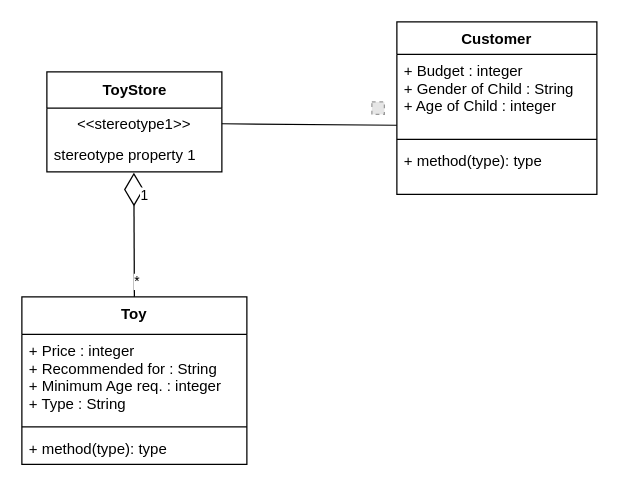
Above: Untitled Diagram.drawio in Shrimad-Bhagwat/Toy-Recommendation-App (draw.io), before the change. Source tidied: cells renumbered, new cells numbered last; positions are measured from the earlier drawing's top-left corner, leaving out a move shared by most shapes. Both pictures are drawn from the tidied source at 125%, with x=0, y=0 at pixel (21, 21). Pictures stored in the file or linked from it are replaced by grey dashed boxes.
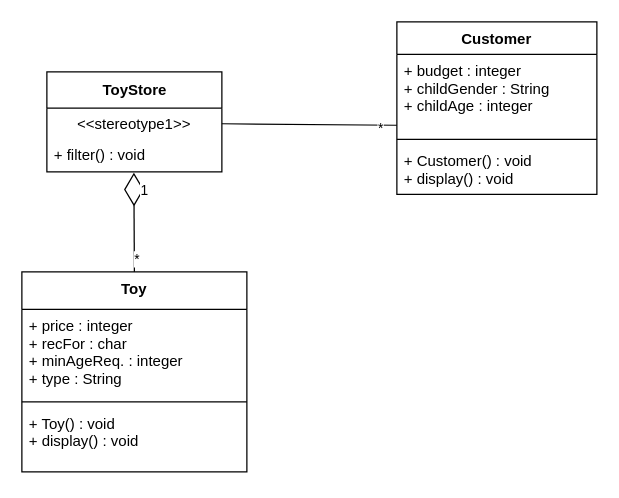
The same diagram, later.

Commit message:
Class diagram toystore

Diff of the diagram source:
```diff
@@
 <mxGraphModel>
   <root>
     <mxCell id="0" />
     <mxCell id="1" parent="0" />
     <mxCell id="2" value="ToyStore" style="swimlane;fontStyle=1;align=center;verticalAlign=middle;horizontal=1;startSize=29;html=1;" parent="1" vertex="1">
       <mxGeometry x="20" y="40" width="140" height="80" as="geometry" />
     </mxCell>
     <mxCell id="3" value="&amp;lt;&amp;lt;stereotype1&amp;gt;&amp;gt;" style="text;html=1;strokeColor=none;fillColor=none;align=center;verticalAlign=middle;spacingLeft=4;spacingRight=4;overflow=hidden;points=[[0,0.5],[1,0.5]];portConstraint=eastwest;" parent="2" vertex="1">
       <mxGeometry y="29" width="140" height="25" as="geometry" />
     </mxCell>
-    <mxCell id="4" value="stereotype property 1" style="text;html=1;strokeColor=none;fillColor=none;align=left;verticalAlign=middle;spacingLeft=4;spacingRight=4;overflow=hidden;points=[[0,0.5],[1,0.5]];portConstraint=eastwest;" parent="2" vertex="1">
+    <mxCell id="4" value="+ filter() : void" style="text;html=1;strokeColor=none;fillColor=none;align=left;verticalAlign=middle;spacingLeft=4;spacingRight=4;overflow=hidden;points=[[0,0.5],[1,0.5]];portConstraint=eastwest;" parent="2" vertex="1">
       <mxGeometry y="54" width="140" height="26" as="geometry" />
     </mxCell>
     <mxCell id="5" value="Customer" style="swimlane;fontStyle=1;align=center;verticalAlign=top;horizontal=1;startSize=26;" parent="1" vertex="1">
       <mxGeometry x="300" width="160" height="138" as="geometry" />
     </mxCell>
-    <mxCell id="6" value="+ Budget : integer&#10;+ Gender of Child : String&#10;+ Age of Child : integer" style="text;strokeColor=none;fillColor=none;align=left;verticalAlign=top;spacingLeft=4;spacingRight=4;overflow=hidden;points=[[0,0.5],[1,0.5]];portConstraint=eastwest;" parent="5" vertex="1">
+    <mxCell id="6" value="+ budget : integer&#10;+ childGender : String&#10;+ childAge : integer" style="text;strokeColor=none;fillColor=none;align=left;verticalAlign=top;spacingLeft=4;spacingRight=4;overflow=hidden;points=[[0,0.5],[1,0.5]];portConstraint=eastwest;" parent="5" vertex="1">
       <mxGeometry y="26" width="160" height="64" as="geometry" />
     </mxCell>
     <mxCell id="7" style="line;strokeWidth=1;fillColor=none;align=left;verticalAlign=middle;spacingTop=-1;spacingLeft=3;spacingRight=3;labelPosition=right;" parent="5" vertex="1">
       <mxGeometry y="90" width="160" height="8" as="geometry" />
     </mxCell>
-    <mxCell id="8" value="+ method(type): type" style="text;strokeColor=none;fillColor=none;align=left;verticalAlign=top;spacingLeft=4;spacingRight=4;overflow=hidden;" parent="5" vertex="1">
+    <mxCell id="8" value="+ Customer() : void&#10;+ display() : void" style="text;strokeColor=none;fillColor=none;align=left;verticalAlign=top;spacingLeft=4;spacingRight=4;overflow=hidden;" parent="5" vertex="1">
       <mxGeometry y="98" width="160" height="40" as="geometry" />
     </mxCell>
     <mxCell id="9" value="Toy" style="swimlane;fontStyle=1;align=center;verticalAlign=top;horizontal=1;startSize=30;" parent="1" vertex="1">
-      <mxGeometry y="220" width="180" height="134" as="geometry" />
+      <mxGeometry y="200" width="180" height="160" as="geometry" />
     </mxCell>
-    <mxCell id="10" value="+ Price : integer&#10;+ Recommended for : String&#10;+ Minimum Age req. : integer&#10;+ Type : String" style="text;strokeColor=none;fillColor=none;align=left;verticalAlign=top;spacingLeft=4;spacingRight=4;overflow=hidden;" parent="9" vertex="1">
+    <mxCell id="10" value="+ price : integer&#10;+ recFor : char&#10;+ minAgeReq. : integer&#10;+ type : String" style="text;strokeColor=none;fillColor=none;align=left;verticalAlign=top;spacingLeft=4;spacingRight=4;overflow=hidden;" parent="9" vertex="1">
       <mxGeometry y="30" width="180" height="70" as="geometry" />
     </mxCell>
     <mxCell id="11" style="line;strokeWidth=1;fillColor=none;align=left;verticalAlign=middle;spacingTop=-1;spacingLeft=3;spacingRight=3;labelPosition=right;" parent="9" vertex="1">
       <mxGeometry y="100" width="180" height="8" as="geometry" />
     </mxCell>
-    <mxCell id="12" value="+ method(type): type" style="text;strokeColor=none;fillColor=none;align=left;verticalAlign=top;spacingLeft=4;spacingRight=4;overflow=hidden;" parent="9" vertex="1">
-      <mxGeometry y="108" width="180" height="26" as="geometry" />
+    <mxCell id="12" value="+ Toy() : void&#10;+ display() : void" style="text;strokeColor=none;fillColor=none;align=left;verticalAlign=top;spacingLeft=4;spacingRight=4;overflow=hidden;" parent="9" vertex="1">
+      <mxGeometry y="108" width="180" height="52" as="geometry" />
     </mxCell>
     <mxCell id="13" style="endArrow=none;html=1;entryX=0;entryY=0.886;entryDx=0;entryDy=0;entryPerimeter=0;exitX=1;exitY=0.5;exitDx=0;exitDy=0;" parent="1" edge="1" source="3" target="6">
       <mxGeometry relative="1" as="geometry" />
     </mxCell>
-    <mxCell id="14" style="fillColor=#E6E6E6;strokeColor=#999999;dashed=1;html=1;verticalAlign=top;verticalLabelPosition=bottom;labelBackgroundColor=#ffffff;" parent="1" vertex="1">
-      <mxGeometry x="280" y="64" width="10" height="10" as="geometry" />
-    </mxCell>
+    <mxCell id="18" value="*" style="edgeLabel;html=1;align=center;verticalAlign=middle;" parent="13" vertex="1">
+      <mxGeometry x="0.81" y="-2" relative="1" as="geometry" />
+    </mxCell>
     <mxCell id="15" style="endArrow=diamondThin;endFill=0;endSize=24;html=1;exitX=0.5;exitY=0;exitDx=0;exitDy=0;entryX=0.497;entryY=1.025;entryDx=0;entryDy=0;entryPerimeter=0;" parent="1" edge="1" source="9" target="4">
       <mxGeometry relative="1" as="geometry" />
     </mxCell>
     <mxCell id="16" value="1" style="edgeLabel;html=1;align=center;verticalAlign=middle;" parent="15" vertex="1">
       <mxGeometry x="0.64" y="-8" relative="1" as="geometry" />
     </mxCell>
     <mxCell id="17" value="*" style="edgeLabel;html=1;align=center;verticalAlign=middle;" parent="15" vertex="1">
       <mxGeometry x="-0.76" y="-2" relative="1" as="geometry" />
     </mxCell>
   </root>
 </mxGraphModel>
```
